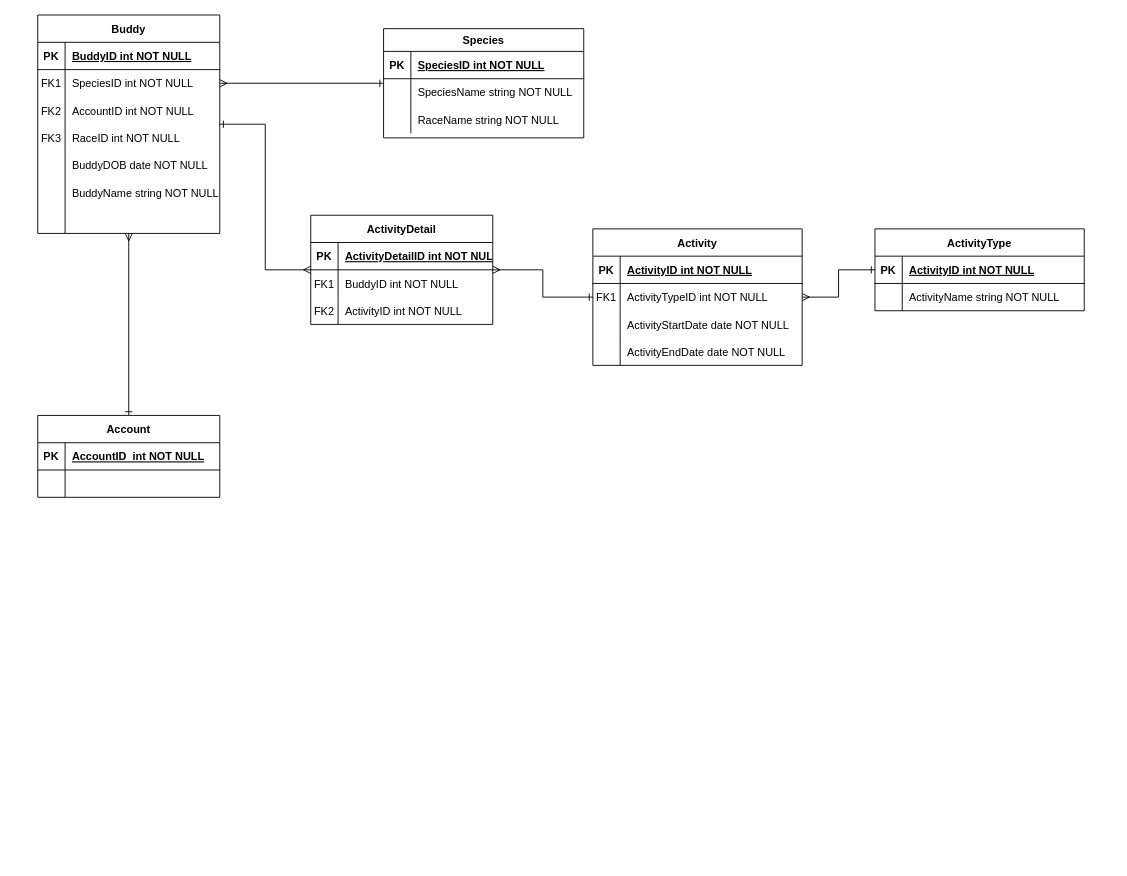
Before: DB Schema.drawio in WTRVGL/Companions, a draw.io diagram. Source tidied: cells renumbered, new cells numbered last; positions are measured from the earlier drawing's top-left corner, leaving out a move shared by most shapes. Both pictures are drawn from the tidied source at 91%, with x=0, y=0 at pixel (37, 15).
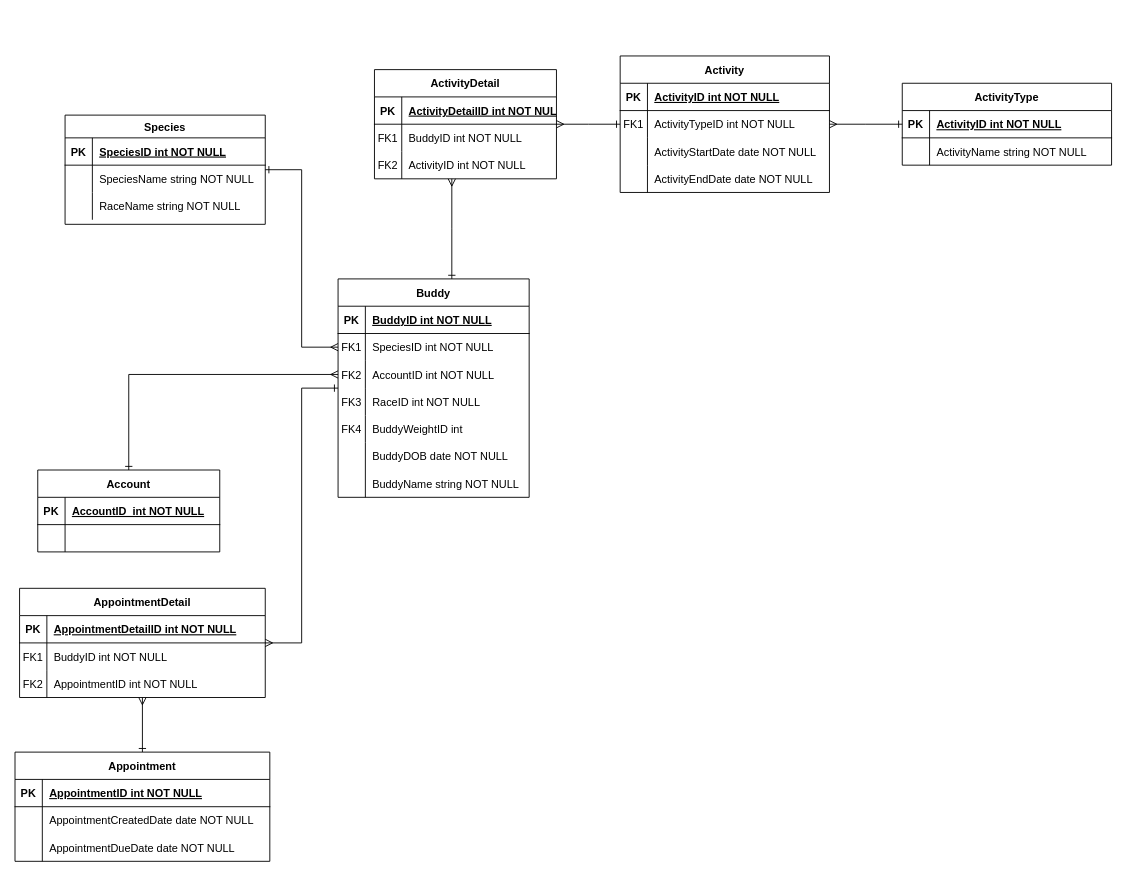
The same page after the edit.

The edit, as a diff of the source:
```diff
@@
-    <mxCell id="2" style="edgeStyle=orthogonalEdgeStyle;rounded=0;jettySize=auto;html=1;startArrow=ERmany;startFill=0;endArrow=ERone;endFill=0;elbow=vertical;" parent="1" edge="1" source="4" target="37">
+    <mxCell id="2" style="edgeStyle=orthogonalEdgeStyle;rounded=0;jettySize=auto;html=1;startArrow=ERmany;startFill=0;endArrow=ERone;endFill=0;elbow=vertical;" parent="1" edge="1" source="11" target="37">
       <mxGeometry relative="1" as="geometry" />
     </mxCell>
@@
+    <mxCell id="76" style="edgeStyle=elbowEdgeStyle;rounded=0;jettySize=auto;html=1;startArrow=ERone;startFill=0;endArrow=ERmany;endFill=0;" parent="1" edge="1" source="4" target="78">
+      <mxGeometry relative="1" as="geometry" />
+    </mxCell>
     <mxCell id="4" value="Buddy" style="shape=table;startSize=30;childLayout=tableLayout;rowLines=0;fontStyle=1;align=center;" parent="1" vertex="1">
-      <mxGeometry width="200" height="240" as="geometry" />
+      <mxGeometry x="330" y="290" width="210" height="240" as="geometry" />
     </mxCell>
     <mxCell id="5" style="shape=tableRow;horizontal=0;startSize=0;swimlaneHead=0;swimlaneBody=0;fillColor=none;top=0;left=0;right=0;bottom=1;" parent="4" vertex="1">
-      <mxGeometry y="30" width="200" height="30" as="geometry" />
+      <mxGeometry y="30" width="210" height="30" as="geometry" />
     </mxCell>
@@
     <mxCell id="7" value="BuddyID int NOT NULL" style="shape=partialRectangle;fillColor=none;top=0;left=0;bottom=0;right=0;align=left;spacingLeft=6;fontStyle=5;overflow=hidden;" parent="5" vertex="1">
-      <mxGeometry x="30" width="170" height="30" as="geometry" />
+      <mxGeometry x="30" width="180" height="30" as="geometry" />
     </mxCell>
     <mxCell id="8" style="shape=tableRow;horizontal=0;startSize=0;swimlaneHead=0;swimlaneBody=0;fillColor=none;points=[[0,0.5],[1,0.5]];portConstraint=eastwest;top=0;left=0;right=0;bottom=0;" parent="4" vertex="1">
-      <mxGeometry y="60" width="200" height="30" as="geometry" />
+      <mxGeometry y="60" width="210" height="30" as="geometry" />
     </mxCell>
@@
     <mxCell id="10" value="SpeciesID int NOT NULL" style="shape=partialRectangle;fillColor=none;top=0;left=0;bottom=0;right=0;align=left;spacingLeft=6;overflow=hidden;" parent="8" vertex="1">
-      <mxGeometry x="30" width="170" height="30" as="geometry" />
+      <mxGeometry x="30" width="180" height="30" as="geometry" />
     </mxCell>
     <mxCell id="11" style="shape=tableRow;horizontal=0;startSize=0;swimlaneHead=0;swimlaneBody=0;fillColor=none;points=[[0,0.5],[1,0.5]];portConstraint=eastwest;top=0;left=0;right=0;bottom=0;" parent="4" vertex="1">
-      <mxGeometry y="90" width="200" height="30" as="geometry" />
+      <mxGeometry y="90" width="210" height="30" as="geometry" />
     </mxCell>
@@
     <mxCell id="13" value="AccountID int NOT NULL" style="shape=partialRectangle;fillColor=none;top=0;left=0;bottom=0;right=0;align=left;spacingLeft=6;overflow=hidden;" parent="11" vertex="1">
-      <mxGeometry x="30" width="170" height="30" as="geometry" />
+      <mxGeometry x="30" width="180" height="30" as="geometry" />
     </mxCell>
     <mxCell id="14" style="shape=tableRow;horizontal=0;startSize=0;swimlaneHead=0;swimlaneBody=0;fillColor=none;top=0;left=0;right=0;bottom=0;" parent="4" vertex="1">
-      <mxGeometry y="120" width="200" height="30" as="geometry" />
+      <mxGeometry y="120" width="210" height="30" as="geometry" />
     </mxCell>
@@
     <mxCell id="16" value="RaceID int NOT NULL" style="shape=partialRectangle;fillColor=none;top=0;left=0;bottom=0;right=0;align=left;spacingLeft=6;overflow=hidden;" parent="14" vertex="1">
-      <mxGeometry x="30" width="170" height="30" as="geometry" />
+      <mxGeometry x="30" width="180" height="30" as="geometry" />
     </mxCell>
+    <mxCell id="23" style="shape=tableRow;horizontal=0;startSize=0;swimlaneHead=0;swimlaneBody=0;fillColor=none;top=0;left=0;right=0;bottom=0;" parent="4" vertex="1">
+      <mxGeometry y="150" width="210" height="30" as="geometry" />
+    </mxCell>
+    <mxCell id="24" value="FK4" style="shape=partialRectangle;fillColor=none;top=0;left=0;bottom=0;right=0;overflow=hidden;" parent="23" vertex="1">
+      <mxGeometry width="30" height="30" as="geometry" />
+    </mxCell>
+    <mxCell id="25" value="BuddyWeightID int " style="shape=partialRectangle;fillColor=none;top=0;left=0;bottom=0;right=0;align=left;spacingLeft=6;overflow=hidden;" parent="23" vertex="1">
+      <mxGeometry x="30" width="180" height="30" as="geometry" />
+    </mxCell>
     <mxCell id="17" style="shape=tableRow;horizontal=0;startSize=0;swimlaneHead=0;swimlaneBody=0;fillColor=none;top=0;left=0;right=0;bottom=0;" parent="4" vertex="1">
-      <mxGeometry y="150" width="200" height="30" as="geometry" />
+      <mxGeometry y="180" width="210" height="30" as="geometry" />
     </mxCell>
@@
     <mxCell id="19" value="BuddyDOB date NOT NULL" style="shape=partialRectangle;fillColor=none;top=0;left=0;bottom=0;right=0;align=left;spacingLeft=6;overflow=hidden;" parent="17" vertex="1">
-      <mxGeometry x="30" width="170" height="30" as="geometry" />
+      <mxGeometry x="30" width="180" height="30" as="geometry" />
     </mxCell>
     <mxCell id="20" style="shape=tableRow;horizontal=0;startSize=0;swimlaneHead=0;swimlaneBody=0;fillColor=none;top=0;left=0;right=0;bottom=0;" parent="4" vertex="1">
-      <mxGeometry y="180" width="200" height="30" as="geometry" />
+      <mxGeometry y="210" width="210" height="30" as="geometry" />
     </mxCell>
@@
     <mxCell id="22" value="BuddyName string NOT NULL" style="shape=partialRectangle;fillColor=none;top=0;left=0;bottom=0;right=0;align=left;spacingLeft=6;overflow=hidden;" parent="20" vertex="1">
-      <mxGeometry x="30" width="170" height="30" as="geometry" />
+      <mxGeometry x="30" width="180" height="30" as="geometry" />
     </mxCell>
-    <mxCell id="23" style="shape=tableRow;horizontal=0;startSize=0;swimlaneHead=0;swimlaneBody=0;fillColor=none;top=0;left=0;right=0;bottom=0;" parent="4" vertex="1">
-      <mxGeometry y="210" width="200" height="30" as="geometry" />
-    </mxCell>
-    <mxCell id="24" style="shape=partialRectangle;fillColor=none;top=0;left=0;bottom=0;right=0;overflow=hidden;" parent="23" vertex="1">
-      <mxGeometry width="30" height="30" as="geometry" />
-    </mxCell>
-    <mxCell id="25" style="shape=partialRectangle;fillColor=none;top=0;left=0;bottom=0;right=0;align=left;spacingLeft=6;overflow=hidden;" parent="23" vertex="1">
-      <mxGeometry x="30" width="170" height="30" as="geometry" />
-    </mxCell>
     <mxCell id="26" value="Species" style="shape=table;startSize=25;childLayout=tableLayout;rowLines=0;fontStyle=1;align=center;" parent="1" vertex="1">
-      <mxGeometry x="380" y="15" width="220" height="120" as="geometry" />
+      <mxGeometry x="30" y="110" width="220" height="120" as="geometry" />
     </mxCell>
@@
-    <mxCell id="36" style="edgeStyle=orthogonalEdgeStyle;rounded=0;jettySize=auto;html=1;exitX=1;exitY=0.5;exitDx=0;exitDy=0;endArrow=ERone;endFill=0;startArrow=ERmany;startFill=0;" parent="1" edge="1" source="8" target="26">
+    <mxCell id="36" style="edgeStyle=elbowEdgeStyle;rounded=0;jettySize=auto;html=1;exitX=0;exitY=0.5;exitDx=0;exitDy=0;endArrow=ERone;endFill=0;startArrow=ERmany;startFill=0;" parent="1" edge="1" source="8" target="26">
       <mxGeometry relative="1" as="geometry" />
     </mxCell>
     <mxCell id="37" value="Account" style="shape=table;startSize=30;childLayout=tableLayout;rowLines=0;fontStyle=1;align=center;" parent="1" vertex="1">
-      <mxGeometry y="440" width="200" height="90" as="geometry" />
+      <mxGeometry y="500" width="200" height="90" as="geometry" />
     </mxCell>
@@
     <mxCell id="45" value="ActivityDetail" style="shape=table;startSize=30;childLayout=tableLayout;rowLines=0;fontStyle=1;align=center;" parent="1" vertex="1">
-      <mxGeometry x="300" y="220" width="200" height="120" as="geometry" />
+      <mxGeometry x="370" y="60" width="200" height="120" as="geometry" />
     </mxCell>
@@
     <mxCell id="56" value="Activity" style="shape=table;startSize=30;childLayout=tableLayout;rowLines=0;fontStyle=1;align=center;" parent="1" vertex="1">
-      <mxGeometry x="610" y="235" width="230" height="150" as="geometry" />
+      <mxGeometry x="640" y="45" width="230" height="150" as="geometry" />
     </mxCell>
@@
     <mxCell id="69" value="ActivityType" style="shape=table;startSize=30;childLayout=tableLayout;rowLines=0;fontStyle=1;align=center;" parent="1" vertex="1">
-      <mxGeometry x="920" y="235" width="230" height="90" as="geometry" />
+      <mxGeometry x="950" y="75" width="230" height="90" as="geometry" />
     </mxCell>
@@
+    <mxCell id="77" style="edgeStyle=orthogonalEdgeStyle;rounded=0;jettySize=auto;html=1;startArrow=ERmany;startFill=0;endArrow=ERone;endFill=0;" parent="1" edge="1" source="78" target="88">
+      <mxGeometry relative="1" as="geometry" />
+    </mxCell>
+    <mxCell id="78" value="AppointmentDetail" style="shape=table;startSize=30;childLayout=tableLayout;rowLines=0;fontStyle=1;align=center;" parent="1" vertex="1">
+      <mxGeometry x="-20" y="630" width="270" height="120" as="geometry" />
+    </mxCell>
+    <mxCell id="79" style="shape=tableRow;horizontal=0;startSize=0;swimlaneHead=0;swimlaneBody=0;fillColor=none;top=0;left=0;right=0;bottom=1;" parent="78" vertex="1">
+      <mxGeometry y="30" width="270" height="30" as="geometry" />
+    </mxCell>
+    <mxCell id="80" value="PK" style="shape=partialRectangle;fillColor=none;top=0;left=0;bottom=0;right=0;fontStyle=1;overflow=hidden;" parent="79" vertex="1">
+      <mxGeometry width="30" height="30" as="geometry" />
+    </mxCell>
+    <mxCell id="81" value="AppointmentDetailID int NOT NULL" style="shape=partialRectangle;fillColor=none;top=0;left=0;bottom=0;right=0;align=left;spacingLeft=6;fontStyle=5;overflow=hidden;" parent="79" vertex="1">
+      <mxGeometry x="30" width="240" height="30" as="geometry" />
+    </mxCell>
+    <mxCell id="82" style="shape=tableRow;horizontal=0;startSize=0;swimlaneHead=0;swimlaneBody=0;fillColor=none;top=0;left=0;right=0;bottom=0;" parent="78" vertex="1">
+      <mxGeometry y="60" width="270" height="30" as="geometry" />
+    </mxCell>
+    <mxCell id="83" value="FK1" style="shape=partialRectangle;fillColor=none;top=0;left=0;bottom=0;right=0;overflow=hidden;" parent="82" vertex="1">
+      <mxGeometry width="30" height="30" as="geometry" />
+    </mxCell>
+    <mxCell id="84" value="BuddyID int NOT NULL" style="shape=partialRectangle;fillColor=none;top=0;left=0;bottom=0;right=0;align=left;spacingLeft=6;overflow=hidden;" parent="82" vertex="1">
+      <mxGeometry x="30" width="240" height="30" as="geometry" />
+    </mxCell>
+    <mxCell id="85" style="shape=tableRow;horizontal=0;startSize=0;swimlaneHead=0;swimlaneBody=0;fillColor=none;top=0;left=0;right=0;bottom=0;" parent="78" vertex="1">
+      <mxGeometry y="90" width="270" height="30" as="geometry" />
+    </mxCell>
+    <mxCell id="86" value="FK2" style="shape=partialRectangle;fillColor=none;top=0;left=0;bottom=0;right=0;overflow=hidden;" parent="85" vertex="1">
+      <mxGeometry width="30" height="30" as="geometry" />
+    </mxCell>
+    <mxCell id="87" value="AppointmentID int NOT NULL" style="shape=partialRectangle;fillColor=none;top=0;left=0;bottom=0;right=0;align=left;spacingLeft=6;overflow=hidden;" parent="85" vertex="1">
+      <mxGeometry x="30" width="240" height="30" as="geometry" />
+    </mxCell>
+    <mxCell id="88" value="Appointment" style="shape=table;startSize=30;childLayout=tableLayout;rowLines=0;fontStyle=1;align=center;" parent="1" vertex="1">
+      <mxGeometry x="-25" y="810" width="280" height="120" as="geometry" />
+    </mxCell>
+    <mxCell id="89" style="shape=tableRow;horizontal=0;startSize=0;swimlaneHead=0;swimlaneBody=0;fillColor=none;top=0;left=0;right=0;bottom=1;" parent="88" vertex="1">
+      <mxGeometry y="30" width="280" height="30" as="geometry" />
+    </mxCell>
+    <mxCell id="90" value="PK" style="shape=partialRectangle;fillColor=none;top=0;left=0;bottom=0;right=0;fontStyle=1;overflow=hidden;" parent="89" vertex="1">
+      <mxGeometry width="30" height="30" as="geometry" />
+    </mxCell>
+    <mxCell id="91" value="AppointmentID int NOT NULL" style="shape=partialRectangle;fillColor=none;top=0;left=0;bottom=0;right=0;align=left;spacingLeft=6;fontStyle=5;overflow=hidden;" parent="89" vertex="1">
+      <mxGeometry x="30" width="250" height="30" as="geometry" />
+    </mxCell>
+    <mxCell id="92" style="shape=tableRow;horizontal=0;startSize=0;swimlaneHead=0;swimlaneBody=0;fillColor=none;top=0;left=0;right=0;bottom=0;" parent="88" vertex="1">
+      <mxGeometry y="60" width="280" height="30" as="geometry" />
+    </mxCell>
+    <mxCell id="93" style="shape=partialRectangle;fillColor=none;top=0;left=0;bottom=0;right=0;overflow=hidden;" parent="92" vertex="1">
+      <mxGeometry width="30" height="30" as="geometry" />
+    </mxCell>
+    <mxCell id="94" value="AppointmentCreatedDate date NOT NULL" style="shape=partialRectangle;fillColor=none;top=0;left=0;bottom=0;right=0;align=left;spacingLeft=6;overflow=hidden;" parent="92" vertex="1">
+      <mxGeometry x="30" width="250" height="30" as="geometry" />
+    </mxCell>
+    <mxCell id="95" style="shape=tableRow;horizontal=0;startSize=0;swimlaneHead=0;swimlaneBody=0;fillColor=none;top=0;left=0;right=0;bottom=0;" parent="88" vertex="1">
+      <mxGeometry y="90" width="280" height="30" as="geometry" />
+    </mxCell>
+    <mxCell id="96" style="shape=partialRectangle;fillColor=none;top=0;left=0;bottom=0;right=0;overflow=hidden;" parent="95" vertex="1">
+      <mxGeometry width="30" height="30" as="geometry" />
+    </mxCell>
+    <mxCell id="97" value="AppointmentDueDate date NOT NULL" style="shape=partialRectangle;fillColor=none;top=0;left=0;bottom=0;right=0;align=left;spacingLeft=6;overflow=hidden;" parent="95" vertex="1">
+      <mxGeometry x="30" width="250" height="30" as="geometry" />
+    </mxCell>
```
